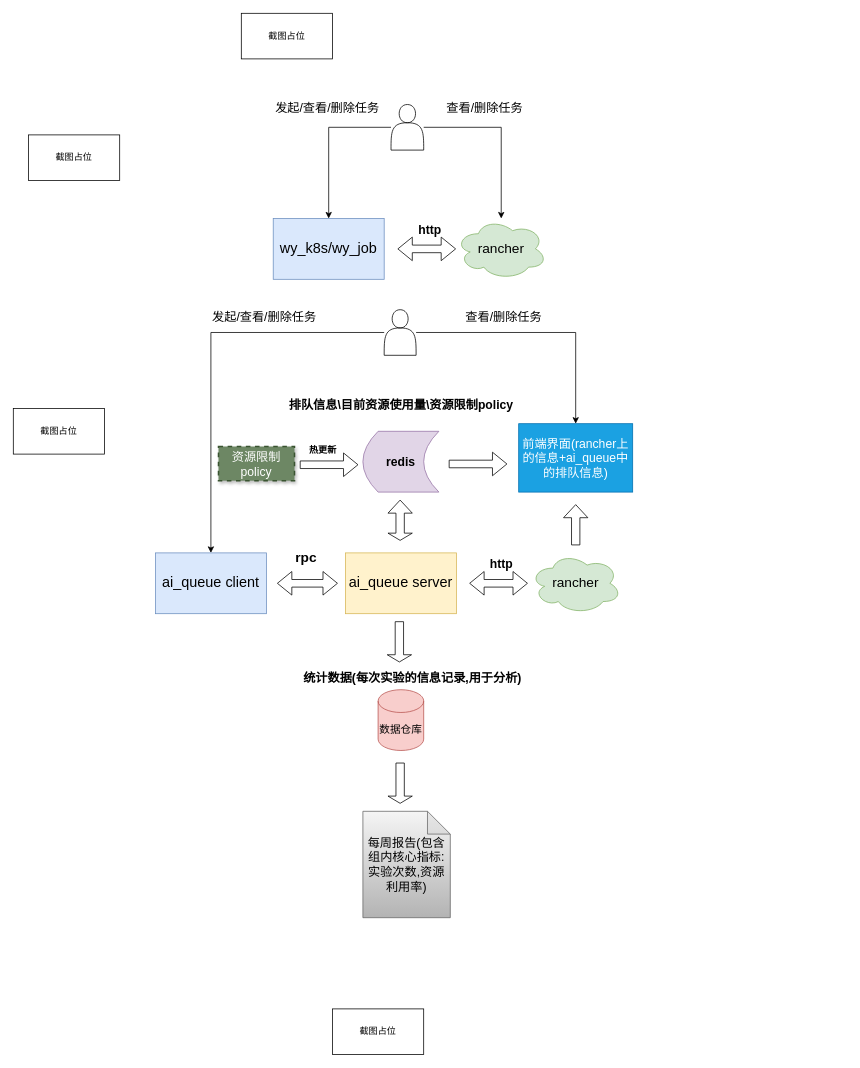
This is 训练任务智能排队.drawio from 111qqz/2018FALL, a draw.io file, before an edit. Source tidied: cells renumbered, new cells numbered last; positions are measured from the earlier drawing's top-left corner, leaving out a move shared by most shapes. Both pictures are drawn from the tidied source at 76%, with x=0, y=0 at pixel (13, 13).
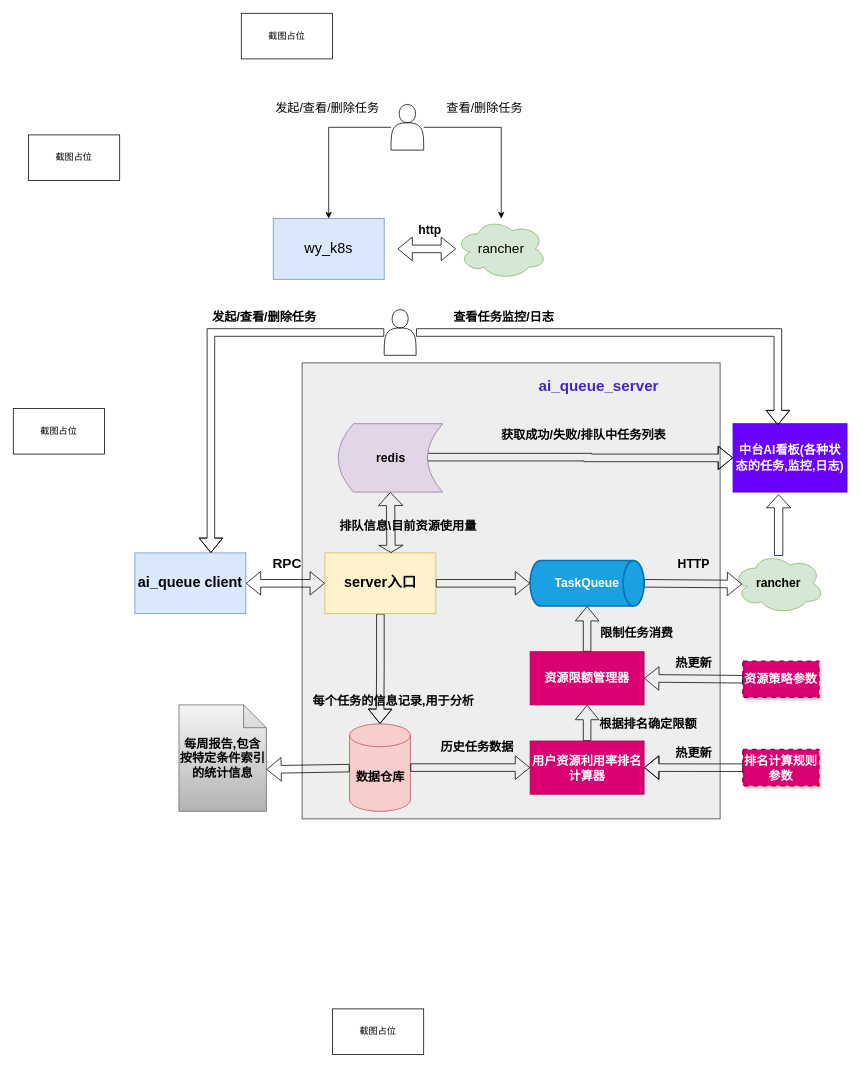
Above is the later version.

Commit message:
更新训练任务智能排队.drawio

Unchanged cells that the change refers to:
```xml
<mxCell id="25" style="shape=actor;whiteSpace=wrap;html=1;" parent="1" vertex="1">
  <mxGeometry x="488" y="390" width="42" height="60" as="geometry" />
</mxCell>
```

The edit, as a diff of the source:
```diff
@@
+    <mxCell id="41" style="rounded=0;whiteSpace=wrap;html=1;fillColor=#eeeeee;strokeColor=#36393d;" parent="1" vertex="1">
+      <mxGeometry x="380" y="460" width="550" height="600" as="geometry" />
+    </mxCell>
-    <mxCell id="2" value="&lt;font style=&quot;font-size: 19px;&quot;&gt;wy_k8s/wy_job&lt;/font&gt;" style="rounded=0;whiteSpace=wrap;html=1;fillColor=#dae8fc;strokeColor=#6c8ebf;" parent="1" vertex="1">
+    <mxCell id="2" value="&lt;font style=&quot;font-size: 19px;&quot;&gt;wy_k8s&lt;/font&gt;" style="rounded=0;whiteSpace=wrap;html=1;fillColor=#dae8fc;strokeColor=#6c8ebf;" parent="1" vertex="1">
       <mxGeometry x="342" y="270" width="146" height="80" as="geometry" />
     </mxCell>
@@
-    <mxCell id="5" value="&lt;font style=&quot;font-size: 18px;&quot;&gt;rancher&lt;/font&gt;" style="ellipse;shape=cloud;whiteSpace=wrap;html=1;fillColor=#d5e8d4;strokeColor=#82b366;" parent="1" vertex="1">
-      <mxGeometry x="680" y="710" width="120" height="80" as="geometry" />
+    <mxCell id="5" value="&lt;font size=&quot;1&quot; style=&quot;&quot;&gt;&lt;b style=&quot;font-size: 16px;&quot;&gt;rancher&lt;/b&gt;&lt;/font&gt;" style="ellipse;shape=cloud;whiteSpace=wrap;html=1;fillColor=#d5e8d4;strokeColor=#82b366;" parent="1" vertex="1">
+      <mxGeometry x="947" y="710" width="120" height="80" as="geometry" />
     </mxCell>
-    <mxCell id="6" value="&lt;span style=&quot;font-size: 19px;&quot;&gt;ai_queue client&lt;/span&gt;" style="rounded=0;whiteSpace=wrap;html=1;fillColor=#dae8fc;strokeColor=#6c8ebf;" parent="1" vertex="1">
-      <mxGeometry x="187" y="710" width="146" height="80" as="geometry" />
+    <mxCell id="6" value="&lt;span style=&quot;font-size: 19px;&quot;&gt;&lt;b&gt;ai_queue client&lt;/b&gt;&lt;/span&gt;" style="rounded=0;whiteSpace=wrap;html=1;fillColor=#dae8fc;strokeColor=#6c8ebf;" parent="1" vertex="1">
+      <mxGeometry x="160" y="710" width="146" height="80" as="geometry" />
     </mxCell>
+    <mxCell id="42" style="edgeStyle=orthogonalEdgeStyle;rounded=0;jettySize=auto;html=1;shape=flexArrow;" parent="1" edge="1" source="7" target="12">
+      <mxGeometry relative="1" as="geometry" />
+    </mxCell>
-    <mxCell id="7" value="&lt;span style=&quot;font-size: 19px;&quot;&gt;ai_queue server&lt;/span&gt;" style="rounded=0;whiteSpace=wrap;html=1;fillColor=#fff2cc;strokeColor=#d6b656;" parent="1" vertex="1">
-      <mxGeometry x="437" y="710" width="146" height="80" as="geometry" />
+    <mxCell id="7" value="&lt;span style=&quot;font-size: 19px;&quot;&gt;&lt;b&gt;server入口&lt;/b&gt;&lt;/span&gt;" style="rounded=0;whiteSpace=wrap;html=1;fillColor=#fff2cc;strokeColor=#d6b656;" parent="1" vertex="1">
+      <mxGeometry x="410" y="710" width="146" height="80" as="geometry" />
     </mxCell>
@@
-    <mxCell id="9" style="shape=flexArrow;endArrow=classic;html=1;rounded=0;startArrow=block;" parent="1" edge="1">
-      <mxGeometry relative="1" as="geometry">
-        <mxPoint x="347" y="750" as="sourcePoint" />
-        <mxPoint x="427" y="750" as="targetPoint" />
-      </mxGeometry>
+    <mxCell id="9" style="shape=flexArrow;endArrow=classic;html=1;rounded=0;startArrow=block;exitX=1;exitY=0.5;exitDx=0;exitDy=0;entryX=0;entryY=0.5;entryDx=0;entryDy=0;" parent="1" edge="1" source="6" target="7">
+      <mxGeometry relative="1" as="geometry" />
     </mxCell>
-    <mxCell id="10" value="&lt;b&gt;&lt;font style=&quot;font-size: 18px;&quot;&gt;rpc&lt;/font&gt;&lt;/b&gt;" style="text;html=1;align=center;verticalAlign=middle;strokeColor=none;fillColor=none;" parent="1" vertex="1">
-      <mxGeometry x="360" y="696" width="50" height="40" as="geometry" />
+    <mxCell id="10" value="&lt;span style=&quot;font-size: 18px;&quot;&gt;&lt;b&gt;RPC&lt;/b&gt;&lt;/span&gt;" style="text;html=1;align=center;verticalAlign=middle;strokeColor=none;fillColor=none;" parent="1" vertex="1">
+      <mxGeometry x="330" y="705" width="60" height="40" as="geometry" />
     </mxCell>
-    <mxCell id="11" value="&lt;font style=&quot;font-size: 16px;&quot;&gt;&lt;b&gt;排队信息\目前资源使用量\资源限制policy&lt;/b&gt;&lt;/font&gt;" style="text;html=1;align=center;verticalAlign=middle;strokeColor=none;fillColor=none;" parent="1" vertex="1">
-      <mxGeometry x="350" y="500" width="320" height="30" as="geometry" />
+    <mxCell id="11" value="&lt;font style=&quot;font-size: 16px;&quot;&gt;&lt;b&gt;排队信息\目前资源使用量&lt;/b&gt;&lt;/font&gt;" style="text;html=1;align=center;verticalAlign=middle;strokeColor=none;fillColor=none;" parent="1" vertex="1">
+      <mxGeometry x="418.5" y="660" width="200" height="30" as="geometry" />
     </mxCell>
-    <mxCell id="12" value="&lt;font style=&quot;font-size: 14px;&quot;&gt;数据仓库&lt;/font&gt;" style="shape=cylinder3;whiteSpace=wrap;html=1;boundedLbl=1;backgroundOutline=1;size=15;fillColor=#f8cecc;strokeColor=#b85450;" parent="1" vertex="1">
-      <mxGeometry x="480" y="890" width="60" height="80" as="geometry" />
+    <mxCell id="12" value="&lt;font style=&quot;font-size: 16px;&quot;&gt;&lt;b&gt;数据仓库&lt;/b&gt;&lt;/font&gt;" style="shape=cylinder3;whiteSpace=wrap;html=1;boundedLbl=1;backgroundOutline=1;size=15;fillColor=#f8cecc;strokeColor=#b85450;" parent="1" vertex="1">
+      <mxGeometry x="442.5" y="935" width="80" height="115" as="geometry" />
     </mxCell>
-    <mxCell id="13" value="&lt;font style=&quot;font-size: 16px;&quot;&gt;&lt;b&gt;统计数据(每次实验的信息记录,用于分析)&lt;/b&gt;&lt;/font&gt;" style="text;html=1;align=center;verticalAlign=middle;strokeColor=none;fillColor=none;" parent="1" vertex="1">
-      <mxGeometry x="370" y="860" width="310" height="30" as="geometry" />
+    <mxCell id="13" value="&lt;font style=&quot;font-size: 16px;&quot;&gt;&lt;b&gt;每个任务的信息记录,用于分析&lt;/b&gt;&lt;/font&gt;" style="text;html=1;align=center;verticalAlign=middle;strokeColor=none;fillColor=none;" parent="1" vertex="1">
+      <mxGeometry x="380" y="890" width="240" height="30" as="geometry" />
     </mxCell>
-    <mxCell id="14" style="shape=flexArrow;endArrow=classic;html=1;rounded=0;startArrow=block;" parent="1" edge="1">
-      <mxGeometry relative="1" as="geometry">
-        <mxPoint x="600" y="750" as="sourcePoint" />
-        <mxPoint x="677" y="750" as="targetPoint" />
-      </mxGeometry>
+    <mxCell id="14" style="shape=flexArrow;endArrow=classic;html=1;rounded=0;startArrow=none;startFill=0;entryX=0.1;entryY=0.513;entryDx=0;entryDy=0;entryPerimeter=0;exitX=1;exitY=0.5;exitDx=0;exitDy=0;exitPerimeter=0;" parent="1" edge="1" source="49" target="5">
+      <mxGeometry relative="1" as="geometry" />
     </mxCell>
-    <mxCell id="15" value="&lt;b&gt;&lt;font style=&quot;font-size: 16px;&quot;&gt;http&lt;/font&gt;&lt;/b&gt;" style="text;html=1;align=center;verticalAlign=middle;strokeColor=none;fillColor=none;" parent="1" vertex="1">
-      <mxGeometry x="617" y="710" width="50" height="30" as="geometry" />
+    <mxCell id="15" value="&lt;span style=&quot;font-size: 16px;&quot;&gt;&lt;b&gt;HTTP&lt;/b&gt;&lt;/span&gt;" style="text;html=1;align=center;verticalAlign=middle;strokeColor=none;fillColor=none;" parent="1" vertex="1">
+      <mxGeometry x="860" y="710" width="70" height="30" as="geometry" />
     </mxCell>
-    <mxCell id="16" style="shape=flexArrow;endArrow=classic;startArrow=classic;html=1;rounded=0;width=11;startSize=2.83;endSize=5.4;" parent="1" edge="1">
-      <mxGeometry relative="1" as="geometry">
-        <mxPoint x="509" y="694" as="sourcePoint" />
-        <mxPoint x="509" y="640" as="targetPoint" />
-      </mxGeometry>
+    <mxCell id="16" style="shape=flexArrow;endArrow=classic;startArrow=classic;html=1;rounded=0;width=11;startSize=2.83;endSize=5.4;entryX=0.5;entryY=1;entryDx=0;entryDy=0;exitX=0.596;exitY=0;exitDx=0;exitDy=0;exitPerimeter=0;" parent="1" edge="1" source="7" target="18">
+      <mxGeometry relative="1" as="geometry" />
     </mxCell>
-    <mxCell id="17" style="shape=flexArrow;endArrow=none;startArrow=classic;html=1;rounded=0;width=11;startSize=2.83;endSize=5.4;endFill=0;" parent="1" edge="1">
-      <mxGeometry relative="1" as="geometry">
-        <mxPoint x="508" y="854" as="sourcePoint" />
-        <mxPoint x="508" y="800" as="targetPoint" />
-      </mxGeometry>
-    </mxCell>
+    <mxCell id="43" style="edgeStyle=orthogonalEdgeStyle;rounded=0;jettySize=auto;html=1;entryX=0;entryY=0.5;entryDx=0;entryDy=0;shape=flexArrow;exitX=0.847;exitY=0.489;exitDx=0;exitDy=0;exitPerimeter=0;" parent="1" edge="1" source="18" target="19">
+      <mxGeometry relative="1" as="geometry" />
+    </mxCell>
     <mxCell id="18" value="&lt;font style=&quot;font-size: 16px;&quot;&gt;&lt;b&gt;redis&lt;/b&gt;&lt;/font&gt;" style="shape=dataStorage;whiteSpace=wrap;html=1;fixedSize=1;fillColor=#e1d5e7;strokeColor=#9673a6;" parent="1" vertex="1">
-      <mxGeometry x="460" y="550" width="100" height="80" as="geometry" />
+      <mxGeometry x="427.5" y="540" width="137.5" height="90" as="geometry" />
     </mxCell>
-    <mxCell id="19" value="&lt;font style=&quot;font-size: 16px;&quot;&gt;前端界面(rancher上的信息+ai_queue中的排队信息)&lt;/font&gt;" style="rounded=0;whiteSpace=wrap;html=1;fillColor=#1ba1e2;fontColor=#ffffff;strokeColor=#006EAF;" parent="1" vertex="1">
-      <mxGeometry x="665" y="540" width="150" height="90" as="geometry" />
+    <mxCell id="19" value="&lt;font style=&quot;font-size: 16px;&quot;&gt;&lt;b&gt;中台AI看板(各种状态的任务,监控,日志)&lt;/b&gt;&lt;/font&gt;" style="rounded=0;whiteSpace=wrap;html=1;fillColor=#6a00ff;fontColor=#ffffff;strokeColor=#3700CC;" parent="1" vertex="1">
+      <mxGeometry x="947" y="540" width="150" height="90" as="geometry" />
     </mxCell>
@@
-    <mxCell id="23" style="edgeStyle=orthogonalEdgeStyle;rounded=0;jettySize=auto;html=1;" parent="1" edge="1" source="25" target="6">
-      <mxGeometry relative="1" as="geometry" />
+    <mxCell id="23" style="edgeStyle=orthogonalEdgeStyle;rounded=0;jettySize=auto;html=1;shape=flexArrow;" parent="1" edge="1" source="25" target="6">
+      <mxGeometry relative="1" as="geometry">
+        <Array as="points">
+          <mxPoint x="260" y="420" />
+        </Array>
+      </mxGeometry>
     </mxCell>
-    <mxCell id="24" style="edgeStyle=orthogonalEdgeStyle;rounded=0;jettySize=auto;html=1;" parent="1" edge="1" source="25" target="19">
+    <mxCell id="24" style="edgeStyle=orthogonalEdgeStyle;rounded=0;jettySize=auto;html=1;shape=flexArrow;entryX=0.393;entryY=0.022;entryDx=0;entryDy=0;entryPerimeter=0;" parent="1" edge="1" source="25" target="19">
       <mxGeometry relative="1" as="geometry" />
     </mxCell>
@@
-    <mxCell id="26" style="shape=flexArrow;endArrow=classic;html=1;rounded=0;startArrow=none;startFill=0;" parent="1" edge="1">
-      <mxGeometry relative="1" as="geometry">
-        <mxPoint x="573" y="593" as="sourcePoint" />
-        <mxPoint x="650" y="593" as="targetPoint" />
-      </mxGeometry>
-    </mxCell>
-    <mxCell id="27" style="shape=flexArrow;endArrow=classic;startArrow=none;html=1;rounded=0;width=11;startSize=2.83;endSize=5.4;startFill=0;" parent="1" edge="1">
-      <mxGeometry relative="1" as="geometry">
-        <mxPoint x="740" y="700" as="sourcePoint" />
-        <mxPoint x="740" y="646" as="targetPoint" />
-      </mxGeometry>
+    <mxCell id="27" style="shape=flexArrow;endArrow=classic;startArrow=none;html=1;rounded=0;width=11;startSize=2.83;endSize=5.4;startFill=0;entryX=0.4;entryY=1.033;entryDx=0;entryDy=0;entryPerimeter=0;exitX=0.5;exitY=0.05;exitDx=0;exitDy=0;exitPerimeter=0;" parent="1" edge="1" source="5" target="19">
+      <mxGeometry relative="1" as="geometry" />
     </mxCell>
-    <mxCell id="28" value="&lt;font style=&quot;font-size: 16px;&quot;&gt;资源限制policy&lt;/font&gt;" style="rounded=0;whiteSpace=wrap;html=1;labelBorderColor=none;dashed=1;fillColor=#6d8764;fontColor=#ffffff;strokeColor=#3A5431;strokeWidth=2;shadow=1;glass=0;" parent="1" vertex="1">
-      <mxGeometry x="270" y="570" width="100" height="45" as="geometry" />
+    <mxCell id="28" value="&lt;span style=&quot;font-size: 16px;&quot;&gt;&lt;b&gt;资源策略参数&lt;/b&gt;&lt;/span&gt;" style="rounded=0;whiteSpace=wrap;html=1;labelBorderColor=none;dashed=1;fillColor=#d80073;fontColor=#ffffff;strokeColor=#A50040;strokeWidth=2;shadow=1;glass=0;" parent="1" vertex="1">
+      <mxGeometry x="960" y="852.5" width="100" height="47.5" as="geometry" />
     </mxCell>
-    <mxCell id="29" style="shape=flexArrow;endArrow=classic;html=1;rounded=0;startArrow=none;startFill=0;" parent="1" edge="1">
-      <mxGeometry relative="1" as="geometry">
-        <mxPoint x="377" y="594" as="sourcePoint" />
-        <mxPoint x="454" y="594" as="targetPoint" />
-      </mxGeometry>
-    </mxCell>
-    <mxCell id="30" value="&lt;span&gt;热更新&lt;/span&gt;" style="text;html=1;align=center;verticalAlign=middle;strokeColor=none;fillColor=none;fontStyle=1;" parent="1" vertex="1">
-      <mxGeometry x="377" y="560" width="60" height="30" as="geometry" />
-    </mxCell>
@@
-    <mxCell id="34" value="&lt;font style=&quot;font-size: 16px;&quot;&gt;发起/查看/删除任务&lt;/font&gt;" style="text;html=1;align=center;verticalAlign=middle;strokeColor=none;fillColor=none;" parent="1" vertex="1">
+    <mxCell id="34" value="&lt;font style=&quot;font-size: 16px;&quot;&gt;&lt;b&gt;发起/查看/删除任务&lt;/b&gt;&lt;/font&gt;" style="text;html=1;align=center;verticalAlign=middle;strokeColor=none;fillColor=none;" parent="1" vertex="1">
       <mxGeometry x="250" y="385" width="160" height="30" as="geometry" />
     </mxCell>
-    <mxCell id="35" value="&lt;font style=&quot;font-size: 16px;&quot;&gt;查看/删除任务&lt;/font&gt;" style="text;html=1;align=center;verticalAlign=middle;strokeColor=none;fillColor=none;" parent="1" vertex="1">
-      <mxGeometry x="585" y="385" width="120" height="30" as="geometry" />
+    <mxCell id="35" value="&lt;font style=&quot;font-size: 16px;&quot;&gt;&lt;b&gt;查看任务监控/日志&lt;/b&gt;&lt;/font&gt;" style="text;html=1;align=center;verticalAlign=middle;strokeColor=none;fillColor=none;" parent="1" vertex="1">
+      <mxGeometry x="565" y="385" width="160" height="30" as="geometry" />
     </mxCell>
@@
-    <mxCell id="38" style="shape=flexArrow;endArrow=none;startArrow=classic;html=1;rounded=0;width=11;startSize=2.83;endSize=5.4;endFill=0;" parent="1" edge="1">
-      <mxGeometry relative="1" as="geometry">
-        <mxPoint x="509" y="1040" as="sourcePoint" />
-        <mxPoint x="509" y="986" as="targetPoint" />
-      </mxGeometry>
-    </mxCell>
-    <mxCell id="39" value="&lt;font style=&quot;font-size: 16px;&quot;&gt;每周报告(包含组内核心指标:实验次数,资源利用率)&lt;/font&gt;" style="shape=note;whiteSpace=wrap;html=1;backgroundOutline=1;darkOpacity=0.05;fillColor=#f5f5f5;gradientColor=#b3b3b3;strokeColor=#666666;" parent="1" vertex="1">
-      <mxGeometry x="460" y="1050" width="115" height="140" as="geometry" />
+    <mxCell id="39" value="&lt;font style=&quot;font-size: 16px;&quot;&gt;&lt;b&gt;每周报告,包含按特定条件索引的统计信息&lt;/b&gt;&lt;/font&gt;" style="shape=note;whiteSpace=wrap;html=1;backgroundOutline=1;darkOpacity=0.05;fillColor=#f5f5f5;gradientColor=#b3b3b3;strokeColor=#666666;" parent="1" vertex="1">
+      <mxGeometry x="218" y="910" width="115" height="140" as="geometry" />
     </mxCell>
@@
+    <mxCell id="44" style="shape=flexArrow;endArrow=classic;html=1;rounded=0;startArrow=none;startFill=0;exitX=1;exitY=0.5;exitDx=0;exitDy=0;exitPerimeter=0;" parent="1" edge="1" source="12" target="46">
+      <mxGeometry relative="1" as="geometry" />
+    </mxCell>
+    <mxCell id="45" style="edgeStyle=orthogonalEdgeStyle;rounded=0;jettySize=auto;html=1;entryX=0.5;entryY=1;entryDx=0;entryDy=0;shape=flexArrow;" parent="1" edge="1" source="46" target="48">
+      <mxGeometry relative="1" as="geometry" />
+    </mxCell>
+    <mxCell id="46" value="&lt;b&gt;&lt;font style=&quot;font-size: 16px;&quot;&gt;用户资源利用率排名计算器&lt;/font&gt;&lt;/b&gt;" style="rounded=0;whiteSpace=wrap;html=1;fillColor=#d80073;fontColor=#ffffff;strokeColor=#A50040;" parent="1" vertex="1">
+      <mxGeometry x="680" y="957.5" width="150" height="70" as="geometry" />
+    </mxCell>
+    <mxCell id="47" style="edgeStyle=orthogonalEdgeStyle;rounded=0;jettySize=auto;html=1;entryX=0.5;entryY=1;entryDx=0;entryDy=0;entryPerimeter=0;shape=flexArrow;" parent="1" edge="1" source="48" target="49">
+      <mxGeometry relative="1" as="geometry" />
+    </mxCell>
+    <mxCell id="48" value="&lt;span style=&quot;font-size: 16px;&quot;&gt;&lt;b&gt;资源限额管理器&lt;/b&gt;&lt;/span&gt;" style="rounded=0;whiteSpace=wrap;html=1;fillColor=#d80073;fontColor=#ffffff;strokeColor=#A50040;" parent="1" vertex="1">
+      <mxGeometry x="680" y="840" width="150" height="70" as="geometry" />
+    </mxCell>
+    <mxCell id="49" value="&lt;b&gt;&lt;font style=&quot;font-size: 16px;&quot;&gt;TaskQueue&lt;/font&gt;&lt;/b&gt;" style="strokeWidth=2;html=1;shape=mxgraph.flowchart.direct_data;whiteSpace=wrap;fillColor=#1ba1e2;fontColor=#ffffff;strokeColor=#006EAF;" parent="1" vertex="1">
+      <mxGeometry x="680" y="720" width="150" height="60" as="geometry" />
+    </mxCell>
+    <mxCell id="50" style="shape=flexArrow;endArrow=classic;html=1;rounded=0;startArrow=none;startFill=0;exitX=1;exitY=0.5;exitDx=0;exitDy=0;entryX=0;entryY=0.5;entryDx=0;entryDy=0;entryPerimeter=0;" parent="1" edge="1" source="7" target="49">
+      <mxGeometry relative="1" as="geometry" />
+    </mxCell>
+    <mxCell id="51" style="shape=flexArrow;endArrow=none;html=1;rounded=0;startArrow=block;endFill=0;exitX=0;exitY=0;exitDx=115;exitDy=85;exitPerimeter=0;" parent="1" edge="1" source="39" target="12">
+      <mxGeometry relative="1" as="geometry" />
+    </mxCell>
+    <mxCell id="52" value="&lt;span style=&quot;font-size: 16px;&quot;&gt;&lt;b&gt;根据排名确定限额&lt;/b&gt;&lt;/span&gt;" style="text;html=1;align=center;verticalAlign=middle;strokeColor=none;fillColor=none;" parent="1" vertex="1">
+      <mxGeometry x="760" y="920" width="150" height="30" as="geometry" />
+    </mxCell>
+    <mxCell id="53" value="&lt;span style=&quot;font-size: 16px;&quot;&gt;&lt;b&gt;历史任务数据&lt;/b&gt;&lt;/span&gt;" style="text;html=1;align=center;verticalAlign=middle;strokeColor=none;fillColor=none;" parent="1" vertex="1">
+      <mxGeometry x="550" y="950" width="120" height="30" as="geometry" />
+    </mxCell>
+    <mxCell id="54" value="&lt;font style=&quot;font-size: 16px;&quot;&gt;&lt;b&gt;限制任务消费&lt;/b&gt;&lt;/font&gt;" style="text;html=1;align=center;verticalAlign=middle;strokeColor=none;fillColor=none;" parent="1" vertex="1">
+      <mxGeometry x="760" y="800" width="120" height="30" as="geometry" />
+    </mxCell>
+    <mxCell id="55" style="shape=flexArrow;endArrow=none;html=1;rounded=0;startArrow=block;startFill=0;endFill=0;exitX=1;exitY=0.5;exitDx=0;exitDy=0;entryX=0;entryY=0.5;entryDx=0;entryDy=0;" parent="1" edge="1" source="48" target="28">
+      <mxGeometry relative="1" as="geometry" />
+    </mxCell>
+    <mxCell id="56" value="&lt;span&gt;&lt;font style=&quot;font-size: 16px;&quot;&gt;热更新&lt;/font&gt;&lt;/span&gt;" style="text;html=1;align=center;verticalAlign=middle;strokeColor=none;fillColor=none;fontStyle=1;" parent="1" vertex="1">
+      <mxGeometry x="860" y="840" width="70" height="30" as="geometry" />
+    </mxCell>
+    <mxCell id="57" style="edgeStyle=orthogonalEdgeStyle;rounded=0;jettySize=auto;html=1;shape=flexArrow;" parent="1" edge="1" source="58" target="46">
+      <mxGeometry relative="1" as="geometry" />
+    </mxCell>
+    <mxCell id="58" value="&lt;span style=&quot;font-size: 16px;&quot;&gt;&lt;b&gt;排名计算规则参数&lt;/b&gt;&lt;/span&gt;" style="rounded=0;whiteSpace=wrap;html=1;labelBorderColor=none;dashed=1;fillColor=#d80073;fontColor=#ffffff;strokeColor=#A50040;strokeWidth=2;shadow=1;glass=0;" parent="1" vertex="1">
+      <mxGeometry x="960" y="968.8" width="100" height="47.5" as="geometry" />
+    </mxCell>
+    <mxCell id="59" value="&lt;span&gt;&lt;font style=&quot;font-size: 16px;&quot;&gt;热更新&lt;/font&gt;&lt;/span&gt;" style="text;html=1;align=center;verticalAlign=middle;strokeColor=none;fillColor=none;fontStyle=1;" parent="1" vertex="1">
+      <mxGeometry x="860" y="957.5" width="70" height="30" as="geometry" />
+    </mxCell>
+    <mxCell id="60" value="&lt;font style=&quot;font-size: 16px;&quot;&gt;&lt;b&gt;获取成功/失败/排队中任务列表&lt;/b&gt;&lt;/font&gt;" style="text;html=1;align=center;verticalAlign=middle;strokeColor=none;fillColor=none;" parent="1" vertex="1">
+      <mxGeometry x="630" y="540" width="240" height="30" as="geometry" />
+    </mxCell>
+    <mxCell id="61" value="&lt;font size=&quot;1&quot; color=&quot;#4724c6&quot; style=&quot;&quot;&gt;&lt;b style=&quot;font-size: 20px;&quot;&gt;ai_queue_server&lt;/b&gt;&lt;/font&gt;" style="text;html=1;align=center;verticalAlign=middle;strokeColor=none;fillColor=none;" parent="1" vertex="1">
+      <mxGeometry x="680" y="470" width="180" height="40" as="geometry" />
+    </mxCell>
```
